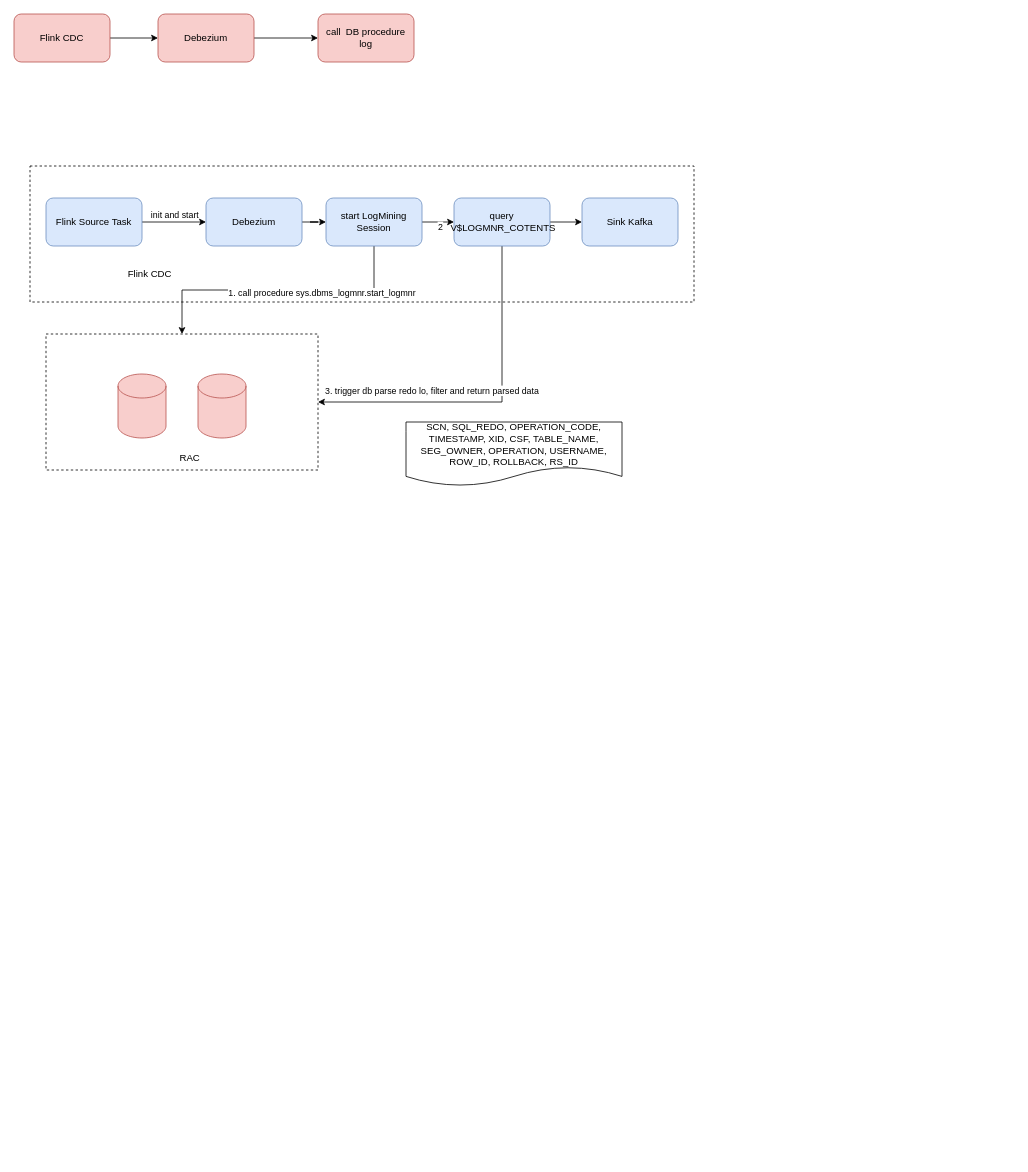
qiufang1314/drawio keeps this draw.io diagram as logminer.drawio. Above is the earlier version. Source tidied: cells renumbered, new cells numbered last; positions are measured from the earlier drawing's top-left corner, leaving out a move shared by most shapes. Both pictures are drawn from the tidied source at 80%, with x=0, y=0 at pixel (14, 14).
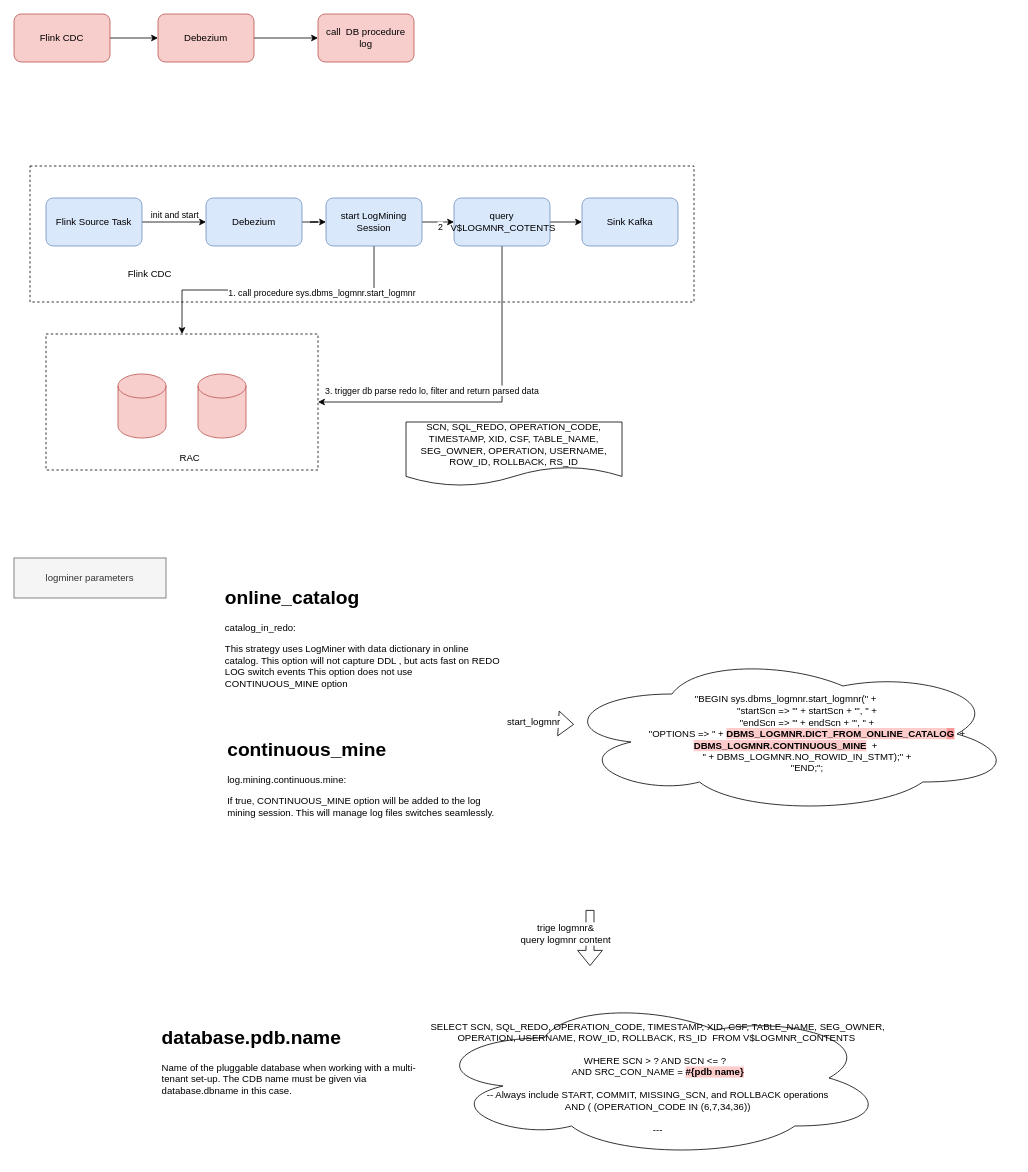
After the change.

Change to the diagram source:
```diff
@@
+    <mxCell id="29" value="logminer parameters" style="text;html=1;align=center;verticalAlign=middle;whiteSpace=wrap;rounded=0;fillColor=#f5f5f5;fontColor=#333333;strokeColor=#666666;" parent="1" vertex="1">
+      <mxGeometry y="680" width="190" height="50" as="geometry" />
+    </mxCell>
+    <mxCell id="30" value="&lt;h1&gt;online_catalog&lt;/h1&gt;&lt;p&gt;catalog_in_redo:&lt;/p&gt;&lt;p&gt;This strategy uses LogMiner with data dictionary in online catalog. This option will not capture DDL , but acts fast on REDO LOG switch events This option does not use CONTINUOUS_MINE option&lt;br&gt;&lt;/p&gt;" style="text;html=1;strokeColor=none;fillColor=none;spacing=5;spacingTop=-20;whiteSpace=wrap;overflow=hidden;rounded=0;" parent="1" vertex="1">
+      <mxGeometry x="259" y="710" width="356" height="170" as="geometry" />
+    </mxCell>
+    <mxCell id="31" value="&lt;h1&gt;continuous_mine&lt;/h1&gt;&lt;span style=&quot;text-align: center;&quot;&gt;log.mining.continuous.mine&lt;/span&gt;:&lt;span style=&quot;text-align: center;&quot;&gt;&lt;br&gt;&lt;/span&gt;&lt;p&gt;If true, CONTINUOUS_MINE option will be added to the log mining session. This will manage log files switches seamlessly.&lt;br&gt;&lt;/p&gt;" style="text;html=1;strokeColor=none;fillColor=none;spacing=5;spacingTop=-20;whiteSpace=wrap;overflow=hidden;rounded=0;" parent="1" vertex="1">
+      <mxGeometry x="262" y="900" width="356" height="150" as="geometry" />
+    </mxCell>
+    <mxCell id="32" value="&lt;div&gt;&quot;BEGIN sys.dbms_logmnr.start_logmnr(&quot; +&lt;/div&gt;&lt;div&gt;&amp;nbsp; &amp;nbsp; &amp;nbsp; &amp;nbsp; &amp;nbsp; &amp;nbsp; &amp;nbsp; &amp;nbsp; &quot;startScn =&amp;gt; '&quot; + startScn + &quot;', &quot; +&lt;/div&gt;&lt;div&gt;&amp;nbsp; &amp;nbsp; &amp;nbsp; &amp;nbsp; &amp;nbsp; &amp;nbsp; &amp;nbsp; &amp;nbsp; &quot;endScn =&amp;gt; '&quot; + endScn + &quot;', &quot; +&lt;/div&gt;&lt;div&gt;&amp;nbsp; &amp;nbsp; &amp;nbsp; &amp;nbsp; &amp;nbsp; &amp;nbsp; &amp;nbsp; &amp;nbsp; &quot;OPTIONS =&amp;gt; &quot; + &lt;b style=&quot;background-color: rgb(255, 204, 204);&quot;&gt;DBMS_LOGMNR.DICT_FROM_ONLINE_CATALO&lt;/b&gt;&lt;b style=&quot;background-color: rgb(255, 153, 153);&quot;&gt;G&lt;/b&gt; &amp;nbsp;+ &lt;b style=&quot;background-color: rgb(255, 204, 204);&quot;&gt;DBMS_LOGMNR.CONTINUOUS_MINE&lt;/b&gt;&amp;nbsp; +&lt;/div&gt;&lt;div&gt;&amp;nbsp; &amp;nbsp; &amp;nbsp; &amp;nbsp; &amp;nbsp; &amp;nbsp; &amp;nbsp; &amp;nbsp; &quot; + DBMS_LOGMNR.NO_ROWID_IN_STMT);&quot; +&lt;/div&gt;&lt;div&gt;&amp;nbsp; &amp;nbsp; &amp;nbsp; &amp;nbsp; &amp;nbsp; &amp;nbsp; &amp;nbsp; &amp;nbsp; &quot;END;&quot;;&lt;/div&gt;" style="ellipse;shape=cloud;whiteSpace=wrap;html=1;fontColor=default;" parent="1" vertex="1">
+      <mxGeometry x="680" y="800" width="570" height="200" as="geometry" />
+    </mxCell>
+    <mxCell id="33" style="shape=flexArrow;endArrow=classic;html=1;rounded=0;fontColor=default;startArrow=none;" parent="1" edge="1" source="37">
+      <mxGeometry relative="1" as="geometry">
+        <mxPoint x="700" y="888" as="targetPoint" />
+      </mxGeometry>
+    </mxCell>
+    <mxCell id="34" value="SELECT SCN, SQL_REDO, OPERATION_CODE, TIMESTAMP, XID, CSF, TABLE_NAME, SEG_OWNER, OPERATION, USERNAME, ROW_ID, ROLLBACK, RS_ID &amp;nbsp;FROM V$LOGMNR_CONTENTS&amp;nbsp;&lt;br&gt;&lt;br&gt;&lt;div&gt;WHERE SCN &amp;gt; ? AND SCN &amp;lt;= ? &amp;nbsp;&lt;/div&gt;&lt;div&gt;AND SRC_CON_NAME = &lt;b style=&quot;background-color: rgb(255, 204, 204);&quot;&gt;#{pdb name}&lt;/b&gt;&lt;/div&gt;&lt;div&gt;&lt;b style=&quot;background-color: rgb(255, 204, 204);&quot;&gt;&lt;br&gt;&lt;/b&gt;&lt;/div&gt;&lt;div&gt;&lt;div&gt;-- Always include START, COMMIT, MISSING_SCN, and ROLLBACK operations&lt;/div&gt;&lt;div&gt;AND ( (OPERATION_CODE IN (6,7,34,36))&lt;/div&gt;&lt;/div&gt;&lt;div&gt;&lt;br&gt;&lt;/div&gt;&lt;div&gt;---&lt;/div&gt;" style="ellipse;shape=cloud;whiteSpace=wrap;html=1;fontColor=default;" parent="1" vertex="1">
+      <mxGeometry x="520" y="1230" width="570" height="200" as="geometry" />
+    </mxCell>
+    <mxCell id="35" style="shape=flexArrow;endArrow=classic;html=1;rounded=0;fontColor=default;" parent="1" edge="1">
+      <mxGeometry relative="1" as="geometry">
+        <mxPoint x="720" y="1120" as="sourcePoint" />
+        <mxPoint x="720" y="1190" as="targetPoint" />
+      </mxGeometry>
+    </mxCell>
+    <mxCell id="36" value="trige logmnr&amp;amp;&lt;br&gt;query logmnr content" style="text;html=1;strokeColor=none;fillColor=none;align=center;verticalAlign=middle;whiteSpace=wrap;rounded=0;labelBackgroundColor=#FFFFFF;fontColor=default;" parent="1" vertex="1">
+      <mxGeometry x="590" y="1130" width="200" height="40" as="geometry" />
+    </mxCell>
+    <mxCell id="37" value="start_logmnr" style="text;html=1;strokeColor=none;fillColor=none;align=center;verticalAlign=middle;whiteSpace=wrap;rounded=0;labelBackgroundColor=#FFFFFF;fontColor=default;" parent="1" vertex="1">
+      <mxGeometry x="620" y="870" width="60" height="30" as="geometry" />
+    </mxCell>
+    <mxCell id="38" style="shape=flexArrow;endArrow=none;html=1;rounded=0;fontColor=default;" parent="1" edge="1">
+      <mxGeometry relative="1" as="geometry">
+        <mxPoint x="607" y="888" as="sourcePoint" />
+        <mxPoint x="607" y="888" as="targetPoint" />
+      </mxGeometry>
+    </mxCell>
+    <mxCell id="39" value="&lt;h1&gt;database.pdb.name&lt;/h1&gt;Name of the pluggable database when working with a multi-tenant set-up. The CDB name must be given via database.dbname in this case." style="text;html=1;strokeColor=none;fillColor=none;spacing=5;spacingTop=-20;whiteSpace=wrap;overflow=hidden;rounded=0;" parent="1" vertex="1">
+      <mxGeometry x="180" y="1260" width="356" height="150" as="geometry" />
+    </mxCell>
```
